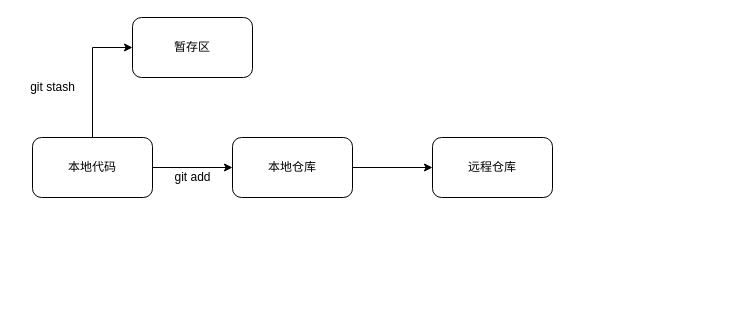
Before: 知识图/git逻辑.drawio in Sup-W/flow-diagram, a draw.io diagram. Source tidied: cells renumbered, new cells numbered last; positions are measured from the earlier drawing's top-left corner, leaving out a move shared by most shapes. Both pictures are drawn from the tidied source at 100%, with x=0, y=0 at pixel (17, 17).
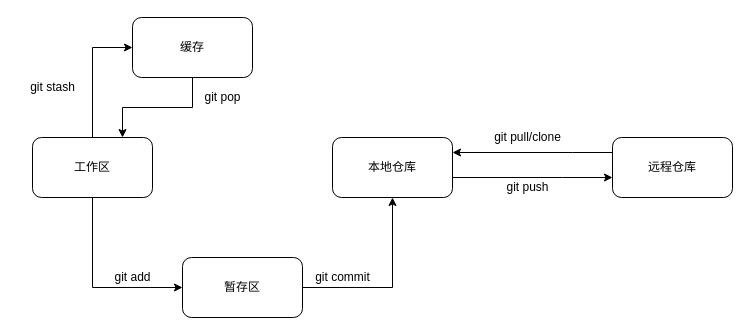
The same diagram, later.

Change to the diagram source:
```diff
@@
-    <mxCell id="2" style="edgeStyle=orthogonalEdgeStyle;rounded=0;jettySize=auto;html=1;" parent="1" edge="1" source="4" target="6">
-      <mxGeometry relative="1" as="geometry" />
-    </mxCell>
@@
+    <mxCell id="11" style="edgeStyle=orthogonalEdgeStyle;rounded=0;jettySize=auto;html=1;entryX=0;entryY=0.5;entryDx=0;entryDy=0;" parent="1" edge="1" source="4" target="15">
+      <mxGeometry relative="1" as="geometry">
+        <Array as="points">
+          <mxPoint x="75" y="270" />
+        </Array>
+      </mxGeometry>
+    </mxCell>
-    <mxCell id="4" value="本地代码" style="rounded=1;whiteSpace=wrap;html=1;" parent="1" vertex="1">
+    <mxCell id="4" value="工作区" style="rounded=1;whiteSpace=wrap;html=1;" parent="1" vertex="1">
       <mxGeometry x="15" y="120" width="120" height="60" as="geometry" />
     </mxCell>
     <mxCell id="5" style="edgeStyle=orthogonalEdgeStyle;rounded=0;jettySize=auto;html=1;" parent="1" edge="1" source="6" target="7">
-      <mxGeometry relative="1" as="geometry" />
+      <mxGeometry relative="1" as="geometry">
+        <Array as="points">
+          <mxPoint x="545" y="160" />
+          <mxPoint x="545" y="160" />
+        </Array>
+      </mxGeometry>
     </mxCell>
     <mxCell id="6" value="本地仓库" style="rounded=1;whiteSpace=wrap;html=1;" parent="1" vertex="1">
-      <mxGeometry x="215" y="120" width="120" height="60" as="geometry" />
+      <mxGeometry x="315" y="120" width="120" height="60" as="geometry" />
     </mxCell>
+    <mxCell id="12" style="edgeStyle=orthogonalEdgeStyle;rounded=0;jettySize=auto;html=1;entryX=1;entryY=0.25;entryDx=0;entryDy=0;" parent="1" edge="1" source="7" target="6">
+      <mxGeometry relative="1" as="geometry">
+        <Array as="points">
+          <mxPoint x="555" y="135" />
+          <mxPoint x="555" y="135" />
+        </Array>
+      </mxGeometry>
+    </mxCell>
     <mxCell id="7" value="远程仓库" style="rounded=1;whiteSpace=wrap;html=1;" parent="1" vertex="1">
-      <mxGeometry x="415" y="120" width="120" height="60" as="geometry" />
+      <mxGeometry x="595" y="120" width="120" height="60" as="geometry" />
     </mxCell>
+    <mxCell id="13" style="edgeStyle=orthogonalEdgeStyle;rounded=0;jettySize=auto;html=1;exitX=0.5;exitY=1;exitDx=0;exitDy=0;entryX=0.75;entryY=0;entryDx=0;entryDy=0;" parent="1" edge="1" source="8" target="4">
+      <mxGeometry relative="1" as="geometry" />
+    </mxCell>
-    <mxCell id="8" value="暂存区" style="rounded=1;whiteSpace=wrap;html=1;" parent="1" vertex="1">
+    <mxCell id="8" value="缓存" style="rounded=1;whiteSpace=wrap;html=1;" parent="1" vertex="1">
       <mxGeometry x="115" width="120" height="60" as="geometry" />
     </mxCell>
@@
+    <mxCell id="14" style="edgeStyle=orthogonalEdgeStyle;rounded=0;jettySize=auto;html=1;entryX=0.5;entryY=1;entryDx=0;entryDy=0;" parent="1" edge="1" source="15" target="6">
+      <mxGeometry relative="1" as="geometry" />
+    </mxCell>
+    <mxCell id="15" value="暂存区" style="rounded=1;whiteSpace=wrap;html=1;" parent="1" vertex="1">
+      <mxGeometry x="165" y="240" width="120" height="60" as="geometry" />
+    </mxCell>
     <mxCell id="10" value="git add" style="text;html=1;align=center;verticalAlign=middle;" parent="1" vertex="1">
-      <mxGeometry x="145" y="150" width="60" height="20" as="geometry" />
+      <mxGeometry x="85" y="250" width="60" height="20" as="geometry" />
     </mxCell>
+    <mxCell id="16" value="git commit" style="text;html=1;align=center;verticalAlign=middle;" parent="1" vertex="1">
+      <mxGeometry x="285" y="250" width="80" height="20" as="geometry" />
+    </mxCell>
+    <mxCell id="17" value="git pop" style="text;html=1;align=center;verticalAlign=middle;" parent="1" vertex="1">
+      <mxGeometry x="175" y="70" width="60" height="20" as="geometry" />
+    </mxCell>
+    <mxCell id="18" value="git push" style="text;html=1;align=center;verticalAlign=middle;" parent="1" vertex="1">
+      <mxGeometry x="475" y="160" width="70" height="20" as="geometry" />
+    </mxCell>
+    <mxCell id="19" value="git pull/clone" style="text;html=1;align=center;verticalAlign=middle;" parent="1" vertex="1">
+      <mxGeometry x="455" y="110" width="110" height="20" as="geometry" />
+    </mxCell>
```
